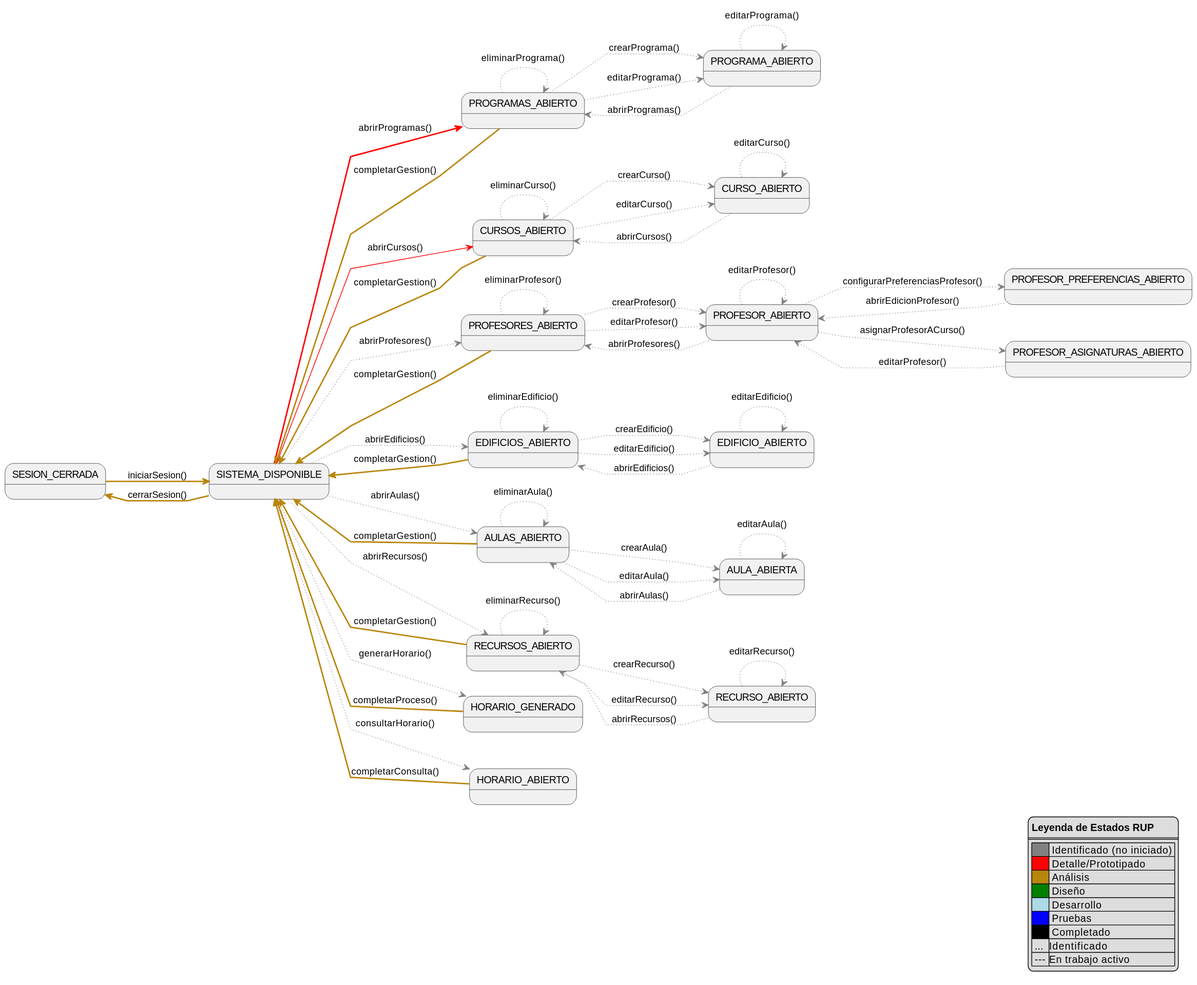
Before: images/RUP/99-seguimiento/diagrama-contexto-administrador.svg, a diagram exported from PlantUML (Hexcss/scheduler).
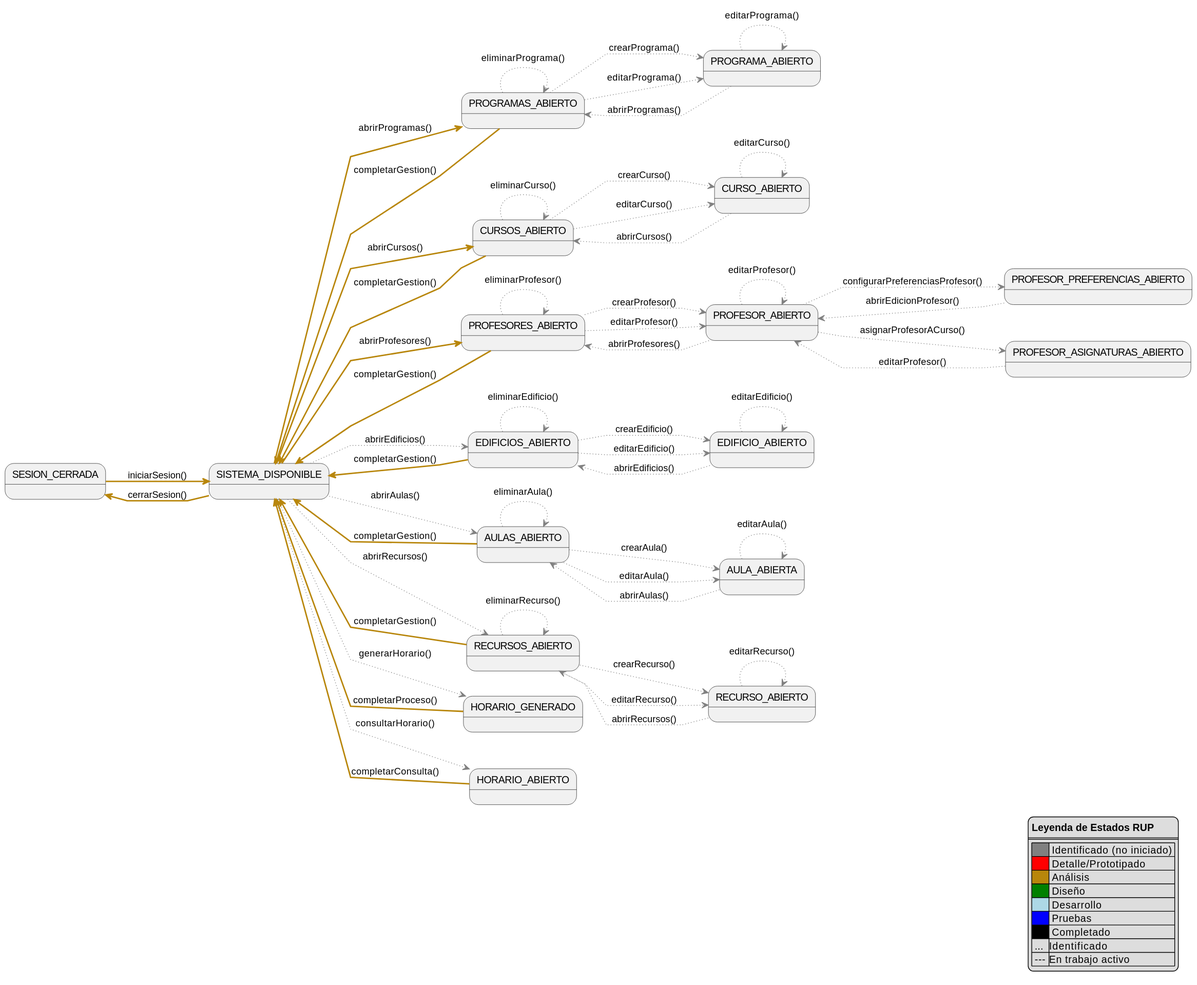
The same file after the commit.

Commit message:
feat: diagrama de contexto dashboard actualizado con los últimos cambios

What changed in the source:
```diff
@@ -40,9 +40,9 @@
 NoAuth -[#darkgoldenrod,thickness=2]-> Menu: iniciarSesion()
 
 Menu -[#darkgoldenrod,thickness=2]-> NoAuth: cerrarSesion()
-Menu -[#red,thickness=2]-> ListProgramas: abrirProgramas()
-Menu -[#red,thickness=1]-> ListCursos: abrirCursos()
-Menu -[#gray,dotted]-> ListProfesores: abrirProfesores()
+Menu -[#darkgoldenrod,thickness=2]-> ListProgramas: abrirProgramas()
+Menu -[#darkgoldenrod,thickness=2]-> ListCursos: abrirCursos()
+Menu -[#darkgoldenrod,thickness=2]-> ListProfesores: abrirProfesores()
 Menu -[#gray,dotted]-> ListEdificios: abrirEdificios()
 Menu -[#gray,dotted]-> ListAulas: abrirAulas()
 Menu -[#gray,dotted]-> ListRecursos: abrirRecursos()
```
